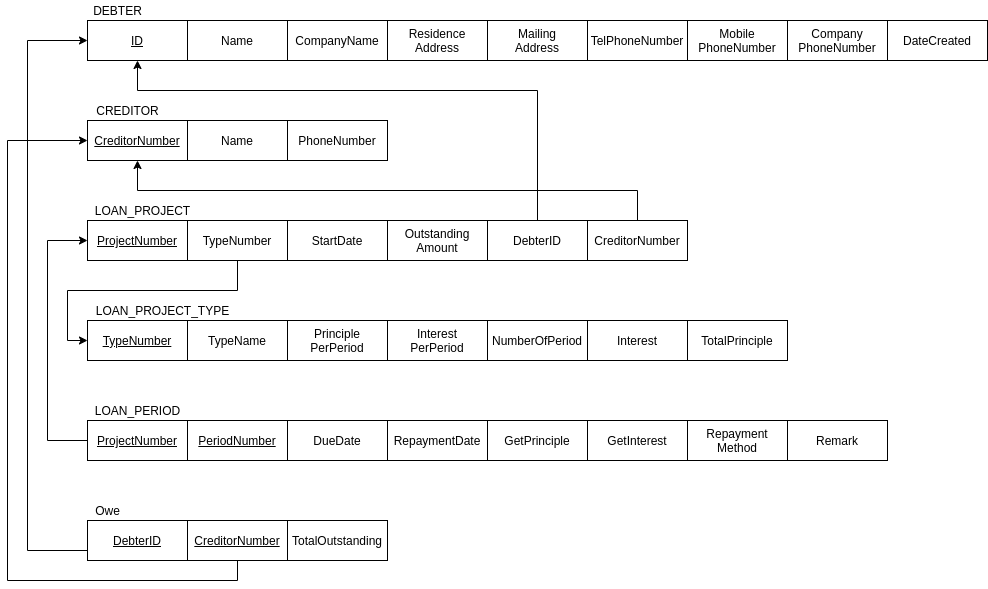
Above: DB Final Relational Schema.png in Angie-Tseng/db_final (draw.io), before the change. Source tidied: cells renumbered, new cells last; positions are measured from the earlier drawing's top-left corner, leaving out a move shared by most shapes. The source it was exported from:
```xml
<mxGraphModel>
  <root>
    <mxCell id="0" />
    <mxCell id="1" parent="0" />
    <mxCell id="2" style="edgeStyle=orthogonalEdgeStyle;rounded=0;jettySize=auto;html=1;exitX=0;exitY=0.5;exitDx=0;exitDy=0;entryX=0;entryY=0.75;entryDx=0;entryDy=0;startArrow=classic;startFill=1;endArrow=none;endFill=0;" parent="1" edge="1" source="4" target="37">
      <mxGeometry relative="1" as="geometry">
        <Array as="points">
          <mxPoint x="20" y="40" />
          <mxPoint x="20" y="550" />
        </Array>
      </mxGeometry>
    </mxCell>
    <mxCell id="3" style="edgeStyle=orthogonalEdgeStyle;rounded=0;jettySize=auto;html=1;exitX=0.5;exitY=1;exitDx=0;exitDy=0;startArrow=classic;startFill=1;endArrow=none;endFill=0;" parent="1" edge="1" source="4" target="45">
      <mxGeometry relative="1" as="geometry">
        <Array as="points">
          <mxPoint x="130" y="90" />
          <mxPoint x="530" y="90" />
        </Array>
      </mxGeometry>
    </mxCell>
    <mxCell id="4" value="ID" style="rounded=0;whiteSpace=wrap;html=1;fontStyle=4;" parent="1" vertex="1">
      <mxGeometry x="80" y="20" width="100" height="40" as="geometry" />
    </mxCell>
    <mxCell id="5" value="Name" style="rounded=0;whiteSpace=wrap;html=1;" parent="1" vertex="1">
      <mxGeometry x="180" y="20" width="100" height="40" as="geometry" />
    </mxCell>
    <mxCell id="6" value="DEBTER" style="text;html=1;align=center;verticalAlign=middle;" parent="1" vertex="1">
      <mxGeometry x="80" width="60" height="20" as="geometry" />
    </mxCell>
    <mxCell id="7" value="CompanyName" style="rounded=0;whiteSpace=wrap;html=1;" parent="1" vertex="1">
      <mxGeometry x="280" y="20" width="100" height="40" as="geometry" />
    </mxCell>
    <mxCell id="8" value="Residence&lt;br&gt;Address" style="rounded=0;whiteSpace=wrap;html=1;" parent="1" vertex="1">
      <mxGeometry x="380" y="20" width="100" height="40" as="geometry" />
    </mxCell>
    <mxCell id="9" value="DateCreated" style="rounded=0;whiteSpace=wrap;html=1;" parent="1" vertex="1">
      <mxGeometry x="880" y="20" width="100" height="40" as="geometry" />
    </mxCell>
    <mxCell id="10" value="CREDITOR" style="text;html=1;align=center;verticalAlign=middle;" parent="1" vertex="1">
      <mxGeometry x="80" y="100" width="80" height="20" as="geometry" />
    </mxCell>
    <mxCell id="11" style="edgeStyle=orthogonalEdgeStyle;rounded=0;jettySize=auto;html=1;exitX=0;exitY=0.5;exitDx=0;exitDy=0;entryX=0.5;entryY=1;entryDx=0;entryDy=0;startArrow=classic;startFill=1;endArrow=none;endFill=0;" parent="1" edge="1" source="13" target="38">
      <mxGeometry relative="1" as="geometry">
        <Array as="points">
          <mxPoint y="140" />
          <mxPoint y="580" />
          <mxPoint x="230" y="580" />
        </Array>
      </mxGeometry>
    </mxCell>
    <mxCell id="12" style="edgeStyle=orthogonalEdgeStyle;rounded=0;jettySize=auto;html=1;exitX=0.5;exitY=1;exitDx=0;exitDy=0;entryX=0.5;entryY=0;entryDx=0;entryDy=0;startArrow=classic;startFill=1;endArrow=none;endFill=0;" parent="1" edge="1" source="13" target="46">
      <mxGeometry relative="1" as="geometry" />
    </mxCell>
    <mxCell id="13" value="CreditorNumber" style="rounded=0;whiteSpace=wrap;html=1;fontStyle=4;" parent="1" vertex="1">
      <mxGeometry x="80" y="120" width="100" height="40" as="geometry" />
    </mxCell>
    <mxCell id="14" value="Name" style="rounded=0;whiteSpace=wrap;html=1;" parent="1" vertex="1">
      <mxGeometry x="180" y="120" width="100" height="40" as="geometry" />
    </mxCell>
    <mxCell id="15" value="PhoneNumber" style="rounded=0;whiteSpace=wrap;html=1;" parent="1" vertex="1">
      <mxGeometry x="280" y="120" width="100" height="40" as="geometry" />
    </mxCell>
    <mxCell id="16" value="LOAN_PROJECT" style="text;html=1;align=center;verticalAlign=middle;" parent="1" vertex="1">
      <mxGeometry x="80" y="200" width="110" height="20" as="geometry" />
    </mxCell>
    <mxCell id="17" style="edgeStyle=orthogonalEdgeStyle;rounded=0;jettySize=auto;html=1;exitX=0;exitY=0.5;exitDx=0;exitDy=0;entryX=0;entryY=0.5;entryDx=0;entryDy=0;startArrow=classic;startFill=1;endArrow=none;endFill=0;" parent="1" edge="1" source="18" target="29">
      <mxGeometry relative="1" as="geometry">
        <Array as="points">
          <mxPoint x="40" y="240" />
          <mxPoint x="40" y="440" />
        </Array>
      </mxGeometry>
    </mxCell>
    <mxCell id="18" value="ProjectNumber" style="rounded=0;whiteSpace=wrap;html=1;fontStyle=4;" parent="1" vertex="1">
      <mxGeometry x="80" y="220" width="100" height="40" as="geometry" />
    </mxCell>
    <mxCell id="19" value="TypeNumber" style="rounded=0;whiteSpace=wrap;html=1;" parent="1" vertex="1">
      <mxGeometry x="180" y="220" width="100" height="40" as="geometry" />
    </mxCell>
    <mxCell id="20" value="StartDate" style="rounded=0;whiteSpace=wrap;html=1;" parent="1" vertex="1">
      <mxGeometry x="280" y="220" width="100" height="40" as="geometry" />
    </mxCell>
    <mxCell id="21" value="Outstanding&lt;br&gt;Amount" style="rounded=0;whiteSpace=wrap;html=1;" parent="1" vertex="1">
      <mxGeometry x="380" y="220" width="100" height="40" as="geometry" />
    </mxCell>
    <mxCell id="22" style="edgeStyle=orthogonalEdgeStyle;rounded=0;jettySize=auto;html=1;exitX=0;exitY=0.5;exitDx=0;exitDy=0;entryX=0.5;entryY=1;entryDx=0;entryDy=0;startArrow=classic;startFill=1;endArrow=none;endFill=0;" parent="1" edge="1" source="23" target="19">
      <mxGeometry relative="1" as="geometry" />
    </mxCell>
    <mxCell id="23" value="TypeNumber" style="rounded=0;whiteSpace=wrap;html=1;fontStyle=4;" parent="1" vertex="1">
      <mxGeometry x="80" y="320" width="100" height="40" as="geometry" />
    </mxCell>
    <mxCell id="24" value="LOAN_PROJECT_TYPE" style="text;html=1;align=center;verticalAlign=middle;" parent="1" vertex="1">
      <mxGeometry x="80" y="300" width="150" height="20" as="geometry" />
    </mxCell>
    <mxCell id="25" value="TypeName" style="rounded=0;whiteSpace=wrap;html=1;fontStyle=0;" parent="1" vertex="1">
      <mxGeometry x="180" y="320" width="100" height="40" as="geometry" />
    </mxCell>
    <mxCell id="26" value="Principle&lt;br&gt;PerPeriod" style="rounded=0;whiteSpace=wrap;html=1;fontStyle=0;" parent="1" vertex="1">
      <mxGeometry x="280" y="320" width="100" height="40" as="geometry" />
    </mxCell>
    <mxCell id="27" value="NumberOfPeriod" style="rounded=0;whiteSpace=wrap;html=1;fontStyle=0;" parent="1" vertex="1">
      <mxGeometry x="480" y="320" width="100" height="40" as="geometry" />
    </mxCell>
    <mxCell id="28" value="Interest" style="rounded=0;whiteSpace=wrap;html=1;fontStyle=0;" parent="1" vertex="1">
      <mxGeometry x="580" y="320" width="100" height="40" as="geometry" />
    </mxCell>
    <mxCell id="29" value="ProjectNumber" style="rounded=0;whiteSpace=wrap;html=1;fontStyle=4;" parent="1" vertex="1">
      <mxGeometry x="80" y="420" width="100" height="40" as="geometry" />
    </mxCell>
    <mxCell id="30" value="LOAN_PERIOD" style="text;html=1;align=center;verticalAlign=middle;" parent="1" vertex="1">
      <mxGeometry x="80" y="400" width="100" height="20" as="geometry" />
    </mxCell>
    <mxCell id="31" value="PeriodNumber" style="rounded=0;whiteSpace=wrap;html=1;fontStyle=4;" parent="1" vertex="1">
      <mxGeometry x="180" y="420" width="100" height="40" as="geometry" />
    </mxCell>
    <mxCell id="32" value="DueDate" style="rounded=0;whiteSpace=wrap;html=1;fontStyle=0;" parent="1" vertex="1">
      <mxGeometry x="280" y="420" width="100" height="40" as="geometry" />
    </mxCell>
    <mxCell id="33" value="RepaymentDate" style="rounded=0;whiteSpace=wrap;html=1;fontStyle=0;" parent="1" vertex="1">
      <mxGeometry x="380" y="420" width="100" height="40" as="geometry" />
    </mxCell>
    <mxCell id="34" value="GetPrinciple" style="rounded=0;whiteSpace=wrap;html=1;fontStyle=0;" parent="1" vertex="1">
      <mxGeometry x="480" y="420" width="100" height="40" as="geometry" />
    </mxCell>
    <mxCell id="35" value="Repayment&lt;br&gt;Method" style="rounded=0;whiteSpace=wrap;html=1;fontStyle=0;" parent="1" vertex="1">
      <mxGeometry x="680" y="420" width="100" height="40" as="geometry" />
    </mxCell>
    <mxCell id="36" value="Remark" style="rounded=0;whiteSpace=wrap;html=1;fontStyle=0;" parent="1" vertex="1">
      <mxGeometry x="780" y="420" width="100" height="40" as="geometry" />
    </mxCell>
    <mxCell id="37" value="DebterID" style="rounded=0;whiteSpace=wrap;html=1;fontStyle=4;" parent="1" vertex="1">
      <mxGeometry x="80" y="520" width="100" height="40" as="geometry" />
    </mxCell>
    <mxCell id="38" value="CreditorNumber" style="rounded=0;whiteSpace=wrap;html=1;fontStyle=4;" parent="1" vertex="1">
      <mxGeometry x="180" y="520" width="100" height="40" as="geometry" />
    </mxCell>
    <mxCell id="39" value="TotalOutstanding" style="rounded=0;whiteSpace=wrap;html=1;fontStyle=0;" parent="1" vertex="1">
      <mxGeometry x="280" y="520" width="100" height="40" as="geometry" />
    </mxCell>
    <mxCell id="40" value="Owe" style="text;html=1;align=center;verticalAlign=middle;" parent="1" vertex="1">
      <mxGeometry x="80" y="500" width="40" height="20" as="geometry" />
    </mxCell>
    <mxCell id="41" value="Mailing&lt;br&gt;Address" style="rounded=0;whiteSpace=wrap;html=1;" parent="1" vertex="1">
      <mxGeometry x="480" y="20" width="100" height="40" as="geometry" />
    </mxCell>
    <mxCell id="42" value="TelPhoneNumber" style="rounded=0;whiteSpace=wrap;html=1;" parent="1" vertex="1">
      <mxGeometry x="580" y="20" width="100" height="40" as="geometry" />
    </mxCell>
    <mxCell id="43" value="Mobile&lt;br&gt;PhoneNumber" style="rounded=0;whiteSpace=wrap;html=1;" parent="1" vertex="1">
      <mxGeometry x="680" y="20" width="100" height="40" as="geometry" />
    </mxCell>
    <mxCell id="44" value="Company&lt;br&gt;PhoneNumber" style="rounded=0;whiteSpace=wrap;html=1;" parent="1" vertex="1">
      <mxGeometry x="780" y="20" width="100" height="40" as="geometry" />
    </mxCell>
    <mxCell id="45" value="DebterID" style="rounded=0;whiteSpace=wrap;html=1;fontStyle=0;" parent="1" vertex="1">
      <mxGeometry x="480" y="220" width="100" height="40" as="geometry" />
    </mxCell>
    <mxCell id="46" value="CreditorNumber" style="rounded=0;whiteSpace=wrap;html=1;fontStyle=0;" parent="1" vertex="1">
      <mxGeometry x="580" y="220" width="100" height="40" as="geometry" />
    </mxCell>
    <mxCell id="47" value="Interest&lt;br&gt;PerPeriod" style="rounded=0;whiteSpace=wrap;html=1;fontStyle=0;" parent="1" vertex="1">
      <mxGeometry x="380" y="320" width="100" height="40" as="geometry" />
    </mxCell>
    <mxCell id="48" value="TotalPrinciple" style="rounded=0;whiteSpace=wrap;html=1;fontStyle=0;" parent="1" vertex="1">
      <mxGeometry x="680" y="320" width="100" height="40" as="geometry" />
    </mxCell>
    <mxCell id="49" value="GetInterest" style="rounded=0;whiteSpace=wrap;html=1;fontStyle=0;" parent="1" vertex="1">
      <mxGeometry x="580" y="420" width="100" height="40" as="geometry" />
    </mxCell>
  </root>
</mxGraphModel>
```
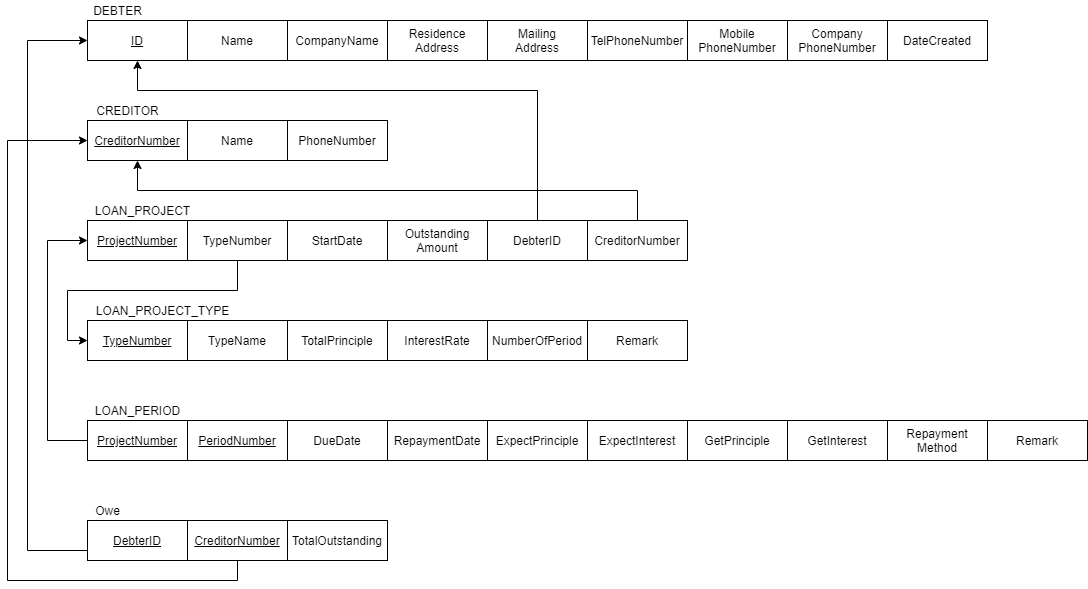
Later version of the same file.

What changed in the source:
```diff
@@ -95,14 +95,14 @@
     <mxCell id="25" value="TypeName" style="rounded=0;whiteSpace=wrap;html=1;fontStyle=0;" parent="1" vertex="1">
       <mxGeometry x="180" y="320" width="100" height="40" as="geometry" />
     </mxCell>
-    <mxCell id="26" value="Principle&lt;br&gt;PerPeriod" style="rounded=0;whiteSpace=wrap;html=1;fontStyle=0;" parent="1" vertex="1">
-      <mxGeometry x="280" y="320" width="100" height="40" as="geometry" />
+    <mxCell id="26" value="Remark" style="rounded=0;whiteSpace=wrap;html=1;fontStyle=0;" parent="1" vertex="1">
+      <mxGeometry x="580" y="320" width="100" height="40" as="geometry" />
     </mxCell>
     <mxCell id="27" value="NumberOfPeriod" style="rounded=0;whiteSpace=wrap;html=1;fontStyle=0;" parent="1" vertex="1">
       <mxGeometry x="480" y="320" width="100" height="40" as="geometry" />
     </mxCell>
-    <mxCell id="28" value="Interest" style="rounded=0;whiteSpace=wrap;html=1;fontStyle=0;" parent="1" vertex="1">
-      <mxGeometry x="580" y="320" width="100" height="40" as="geometry" />
+    <mxCell id="28" value="InterestRate" style="rounded=0;whiteSpace=wrap;html=1;fontStyle=0;" parent="1" vertex="1">
+      <mxGeometry x="380" y="320" width="100" height="40" as="geometry" />
     </mxCell>
     <mxCell id="29" value="ProjectNumber" style="rounded=0;whiteSpace=wrap;html=1;fontStyle=4;" parent="1" vertex="1">
       <mxGeometry x="80" y="420" width="100" height="40" as="geometry" />
@@ -120,13 +120,13 @@
       <mxGeometry x="380" y="420" width="100" height="40" as="geometry" />
     </mxCell>
     <mxCell id="34" value="GetPrinciple" style="rounded=0;whiteSpace=wrap;html=1;fontStyle=0;" parent="1" vertex="1">
-      <mxGeometry x="480" y="420" width="100" height="40" as="geometry" />
+      <mxGeometry x="680" y="420" width="100" height="40" as="geometry" />
     </mxCell>
     <mxCell id="35" value="Repayment&lt;br&gt;Method" style="rounded=0;whiteSpace=wrap;html=1;fontStyle=0;" parent="1" vertex="1">
-      <mxGeometry x="680" y="420" width="100" height="40" as="geometry" />
+      <mxGeometry x="880" y="420" width="100" height="40" as="geometry" />
     </mxCell>
     <mxCell id="36" value="Remark" style="rounded=0;whiteSpace=wrap;html=1;fontStyle=0;" parent="1" vertex="1">
-      <mxGeometry x="780" y="420" width="100" height="40" as="geometry" />
+      <mxGeometry x="980" y="420" width="100" height="40" as="geometry" />
     </mxCell>
     <mxCell id="37" value="DebterID" style="rounded=0;whiteSpace=wrap;html=1;fontStyle=4;" parent="1" vertex="1">
       <mxGeometry x="80" y="520" width="100" height="40" as="geometry" />
@@ -158,14 +158,17 @@
     <mxCell id="46" value="CreditorNumber" style="rounded=0;whiteSpace=wrap;html=1;fontStyle=0;" parent="1" vertex="1">
       <mxGeometry x="580" y="220" width="100" height="40" as="geometry" />
     </mxCell>
-    <mxCell id="47" value="Interest&lt;br&gt;PerPeriod" style="rounded=0;whiteSpace=wrap;html=1;fontStyle=0;" parent="1" vertex="1">
-      <mxGeometry x="380" y="320" width="100" height="40" as="geometry" />
-    </mxCell>
     <mxCell id="48" value="TotalPrinciple" style="rounded=0;whiteSpace=wrap;html=1;fontStyle=0;" parent="1" vertex="1">
-      <mxGeometry x="680" y="320" width="100" height="40" as="geometry" />
+      <mxGeometry x="280" y="320" width="100" height="40" as="geometry" />
     </mxCell>
     <mxCell id="49" value="GetInterest" style="rounded=0;whiteSpace=wrap;html=1;fontStyle=0;" parent="1" vertex="1">
-      <mxGeometry x="580" y="420" width="100" height="40" as="geometry" />
+      <mxGeometry x="780" y="420" width="100" height="40" as="geometry" />
     </mxCell>
+    <mxCell id="50" value="ExpectPrinciple" style="rounded=0;whiteSpace=wrap;html=1;fontStyle=0;" parent="1" vertex="1">
+      <mxGeometry x="480" y="420" width="100" height="40" as="geometry" />
+    </mxCell>
+    <mxCell id="51" value="ExpectInterest" style="rounded=0;whiteSpace=wrap;html=1;fontStyle=0;" parent="1" vertex="1">
+      <mxGeometry x="580" y="420" width="100" height="40" as="geometry" />
+    </mxCell>
   </root>
 </mxGraphModel>
```
